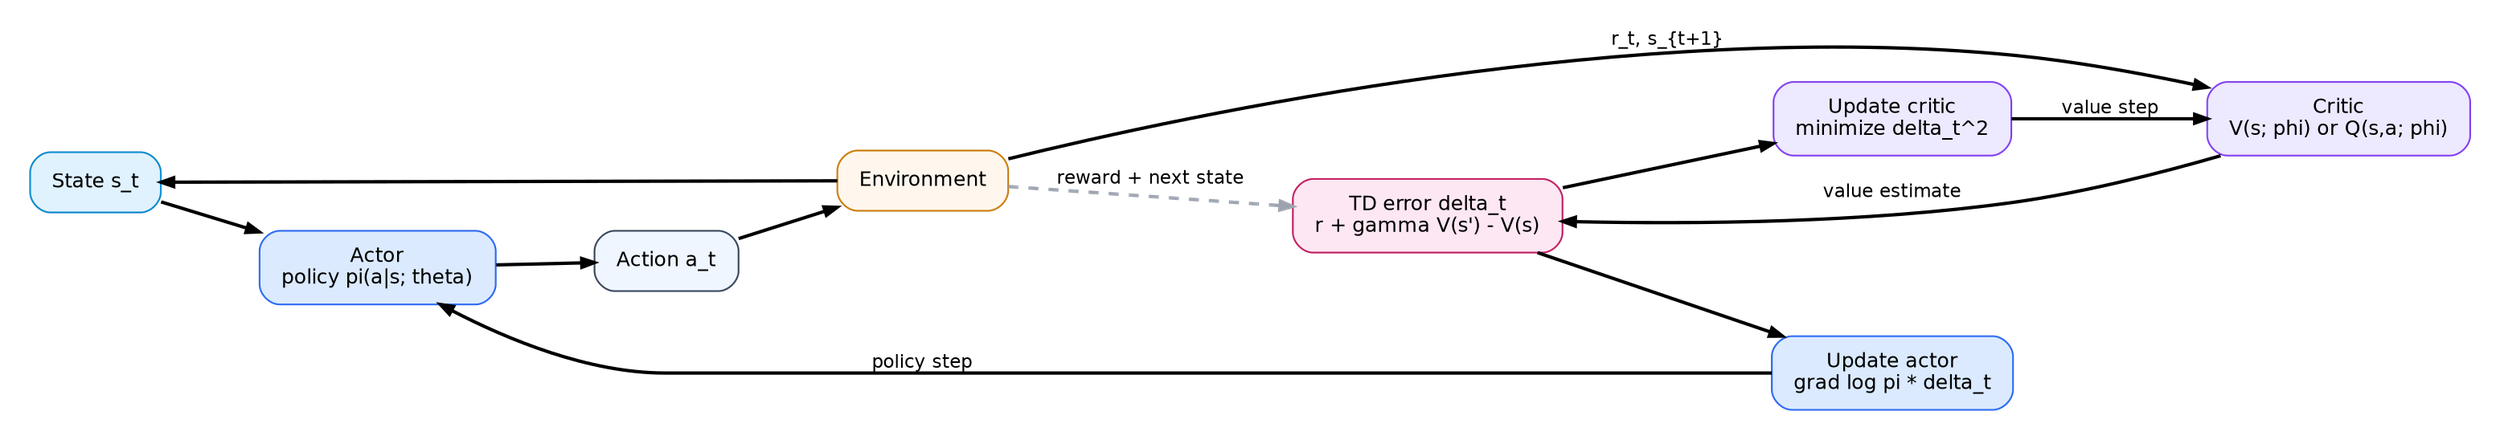
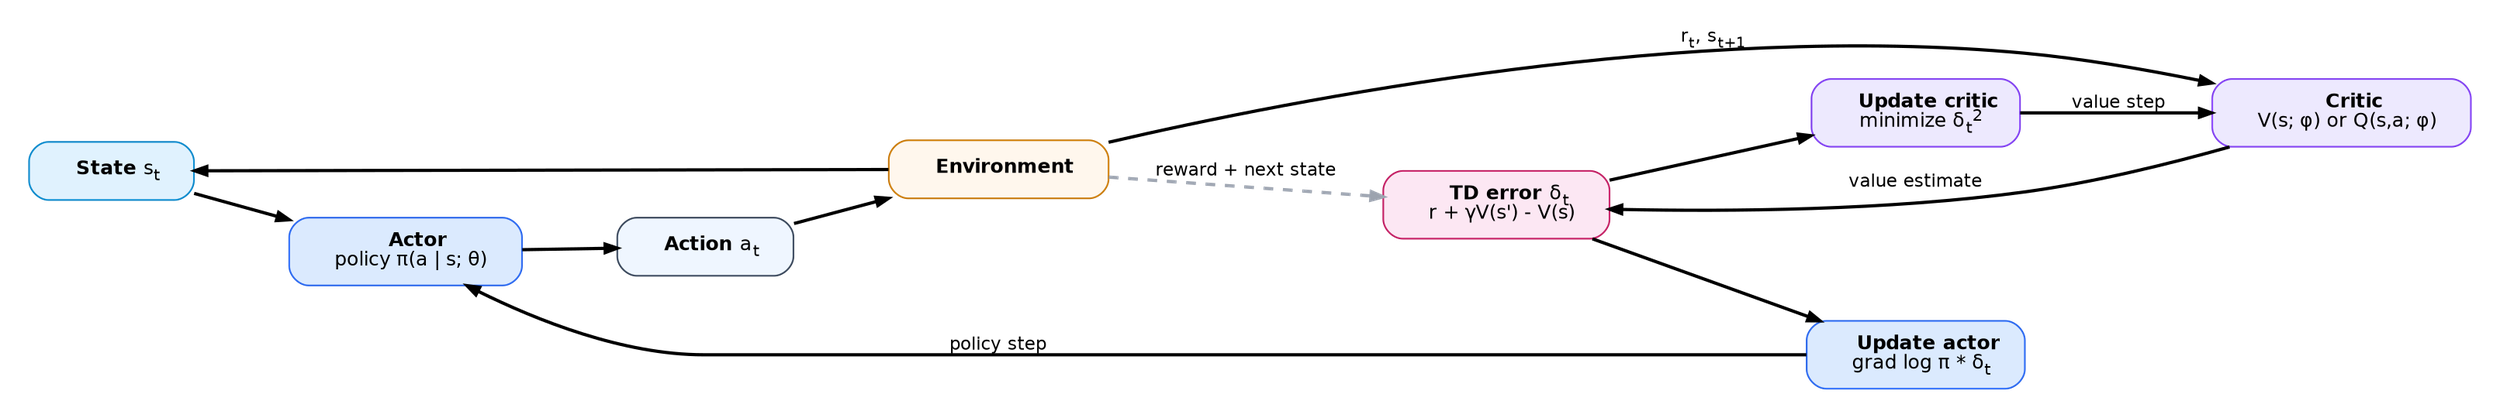
digraph ActorCriticWorkflow {
  graph [
    rankdir=LR,
    bgcolor="transparent",
    pad="0.25",
    nodesep="0.45",
    ranksep="0.8"
  ];
  node [
    shape=box,
    style="rounded,filled",
    fontname="Helvetica",
    fontsize=12,
    margin="0.18,0.12",
    color="#334155",
    fillcolor="#f8fafc"
  ];
  edge [
    fontname="Helvetica",
    fontsize=11,
    arrowsize=0.75,
    penwidth=2.0
  ];

-   state [label="State s_t", fillcolor="#e0f2fe", color="#0284c7"];
-   actor [label="Actor\npolicy pi(a|s; theta)", fillcolor="#dbeafe", color="#2563eb"];
-   action [label="Action a_t", fillcolor="#eff6ff"];
-   env [label="Environment", fillcolor="#fff7ed", color="#c77700"];
-   critic [label="Critic\nV(s; phi) or Q(s,a; phi)", fillcolor="#ede9fe", color="#7c3aed"];
-   td [label="TD error delta_t\nr + gamma V(s') - V(s)", fillcolor="#fce7f3", color="#be185d"];
-   update_actor [label="Update actor\ngrad log pi * delta_t", fillcolor="#dbeafe", color="#2563eb"];
-   update_critic [label="Update critic\nminimize delta_t^2", fillcolor="#ede9fe", color="#7c3aed"];
+   state [label=<
+     <B>State</B> s<SUB>t</SUB>
+   >, fillcolor="#e0f2fe", color="#0284c7"];
+   actor [label=<
+     <B>Actor</B><BR/>
+     policy &pi;(a | s; &theta;)
+   >, fillcolor="#dbeafe", color="#2563eb"];
+   action [label=<
+     <B>Action</B> a<SUB>t</SUB>
+   >, fillcolor="#eff6ff"];
+   env [label=<
+     <B>Environment</B>
+   >, fillcolor="#fff7ed", color="#c77700"];
+   critic [label=<
+     <B>Critic</B><BR/>
+     V(s; &phi;) or Q(s,a; &phi;)
+   >, fillcolor="#ede9fe", color="#7c3aed"];
+   td [label=<
+     <B>TD error</B> &delta;<SUB>t</SUB><BR/>
+     r + &gamma;V(s') - V(s)
+   >, fillcolor="#fce7f3", color="#be185d"];
+   update_actor [label=<
+     <B>Update actor</B><BR/>
+     grad log &pi; * &delta;<SUB>t</SUB>
+   >, fillcolor="#dbeafe", color="#2563eb"];
+   update_critic [label=<
+     <B>Update critic</B><BR/>
+     minimize &delta;<SUB>t</SUB><SUP>2</SUP>
+   >, fillcolor="#ede9fe", color="#7c3aed"];

  state -> actor -> action -> env -> state;
-   env -> critic [label="r_t, s_{t+1}"];
+   env -> critic [label=<
+     r<SUB>t</SUB>, s<SUB>t+1</SUB>
+   >];
  critic -> td [label="value estimate"];
  env -> td [label="reward + next state", style=dashed, color="#9ca3af"];
  td -> update_actor;
  td -> update_critic;
  update_actor -> actor [label="policy step"];
  update_critic -> critic [label="value step"];
}
